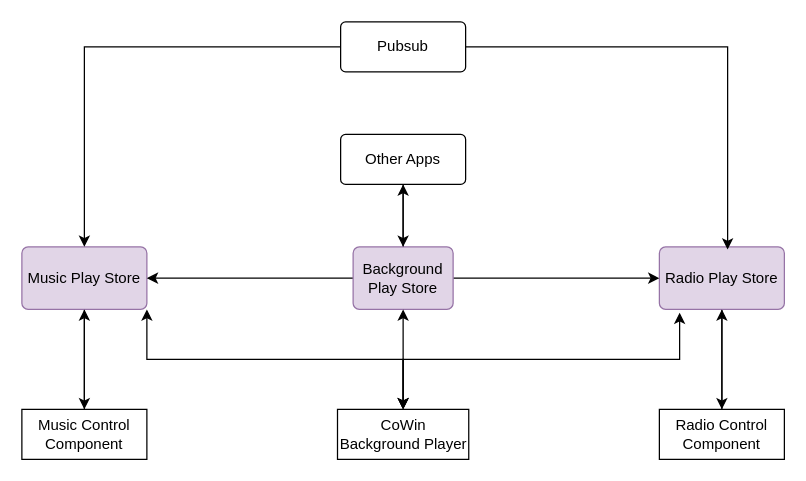
Above: Untitled Diagram.drawio in TriTamLe/my-draws (draw.io), before the change. Source tidied: cells renumbered, new cells numbered last; positions are measured from the earlier drawing's top-left corner, leaving out a move shared by most shapes. Both pictures are drawn from the tidied source at 125%, with x=0, y=0 at pixel (21, 21).
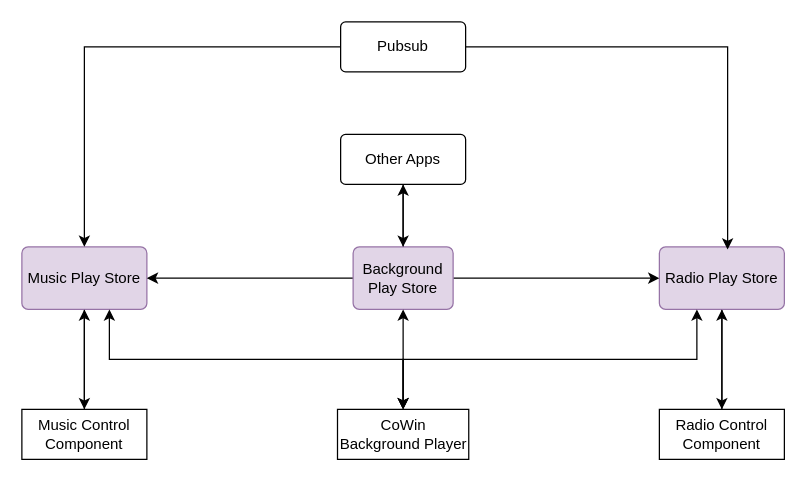
After the change.

The change refers to these unchanged cells:
```xml
<mxCell id="3" value="Music Play Store" style="rounded=1;arcSize=10;whiteSpace=wrap;html=1;align=center;fillColor=#e1d5e7;strokeColor=#9673a6;" parent="1" vertex="1">
  <mxGeometry y="180" width="100" height="50" as="geometry" />
</mxCell>
<mxCell id="5" value="Radio Play Store" style="rounded=1;arcSize=10;whiteSpace=wrap;html=1;align=center;fillColor=#e1d5e7;strokeColor=#9673a6;" parent="1" vertex="1">
  <mxGeometry x="510" y="180" width="100" height="50" as="geometry" />
</mxCell>
<mxCell id="20" value="CoWin Background Player" style="whiteSpace=wrap;html=1;align=center;" parent="1" vertex="1">
  <mxGeometry x="252.5" y="310" width="105" height="40" as="geometry" />
</mxCell>
```

What changed in the source:
```diff
@@
-    <mxCell id="18" style="edgeStyle=orthogonalEdgeStyle;rounded=0;jettySize=auto;html=1;entryX=1;entryY=1;entryDx=0;entryDy=0;startArrow=classic;startFill=1;" parent="1" edge="1" source="20" target="3">
+    <mxCell id="18" style="edgeStyle=orthogonalEdgeStyle;rounded=0;jettySize=auto;html=1;startArrow=classic;startFill=1;" parent="1" edge="1" source="20">
       <mxGeometry relative="1" as="geometry">
+        <mxPoint x="70" y="230" as="targetPoint" />
         <Array as="points">
           <mxPoint x="305" y="270" />
-          <mxPoint x="100" y="270" />
+          <mxPoint x="70" y="270" />
+          <mxPoint x="70" y="230" />
         </Array>
       </mxGeometry>
     </mxCell>
@@
-    <mxCell id="21" style="edgeStyle=orthogonalEdgeStyle;rounded=0;jettySize=auto;html=1;entryX=0.162;entryY=1.053;entryDx=0;entryDy=0;entryPerimeter=0;startArrow=classic;startFill=1;" parent="1" edge="1" source="20" target="5">
+    <mxCell id="21" style="edgeStyle=orthogonalEdgeStyle;rounded=0;jettySize=auto;html=1;startArrow=classic;startFill=1;" parent="1" edge="1" source="20">
       <mxGeometry relative="1" as="geometry">
+        <mxPoint x="540" y="230" as="targetPoint" />
         <Array as="points">
           <mxPoint x="305" y="270" />
-          <mxPoint x="526" y="270" />
+          <mxPoint x="540" y="270" />
+          <mxPoint x="540" y="233" />
         </Array>
       </mxGeometry>
     </mxCell>
```
